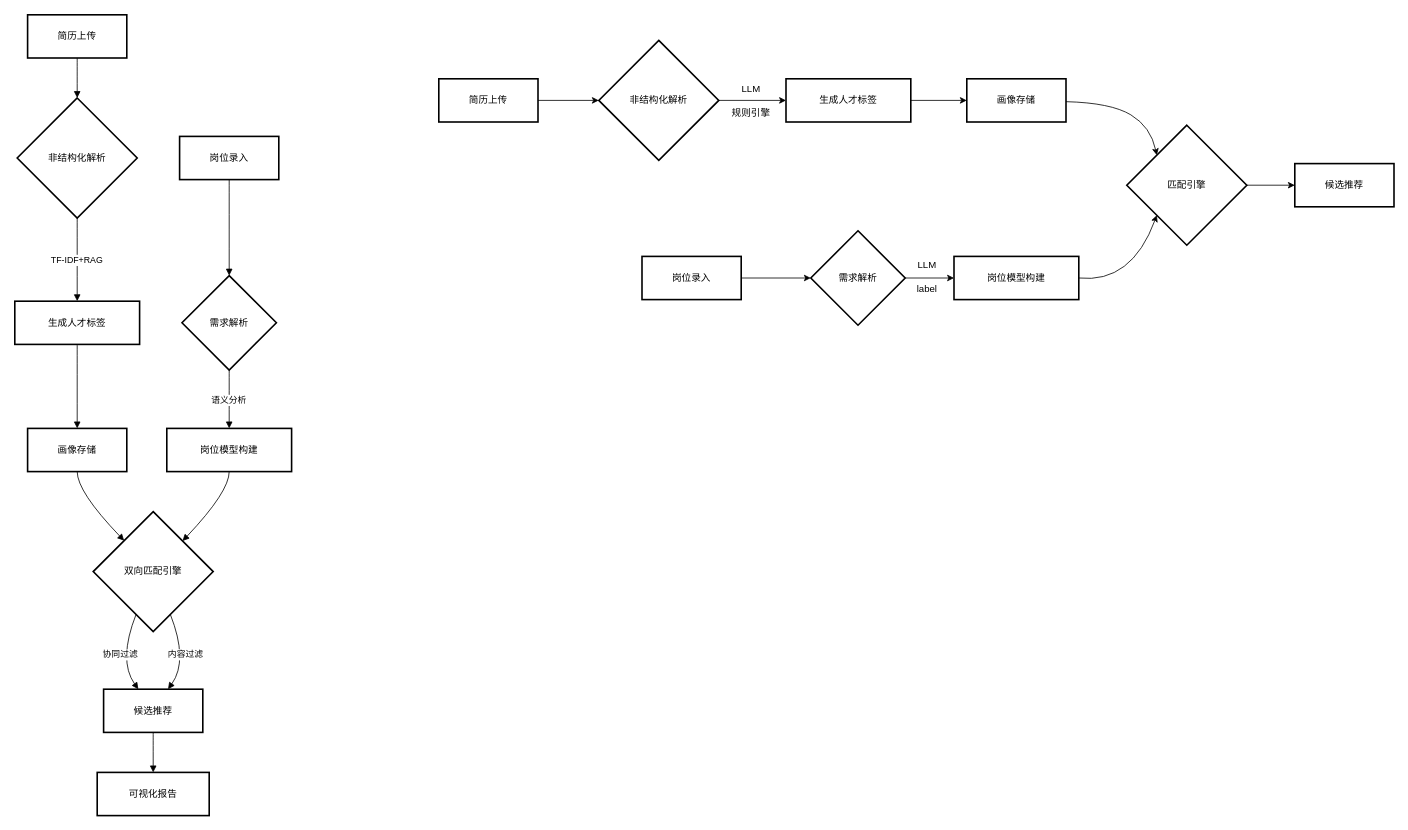
beyondgogogo/Graph keeps this draw.io diagram as page "第 5 页" (5 of 7) of 毕设用例图.drawio. Above is the earlier version. Source tidied: cells renumbered, new cells numbered last; positions are measured from the earlier drawing's top-left corner, leaving out a move shared by most shapes. Both pictures are drawn from the tidied source at 80%, with x=0, y=0 at pixel (14, 14).
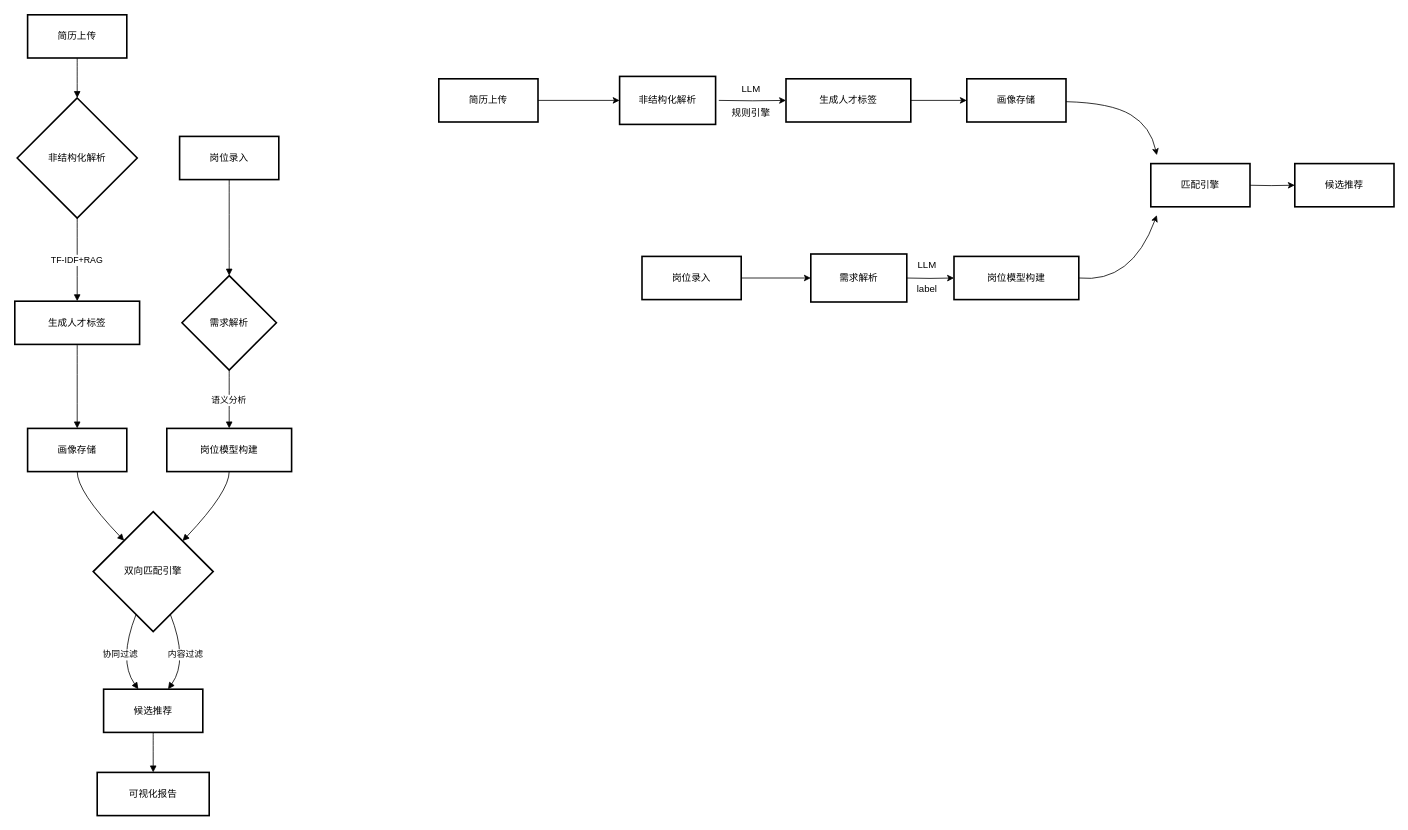
After the change.

Unchanged cells that the change refers to:
```xml
<mxCell id="23" value="简历上传" style="whiteSpace=wrap;strokeWidth=2;" parent="1" vertex="1">
  <mxGeometry x="530" y="80" width="124" height="54" as="geometry" />
</mxCell>
<mxCell id="27" value="生成人才标签" style="whiteSpace=wrap;strokeWidth=2;" parent="1" vertex="1">
  <mxGeometry x="964" y="80" width="156" height="54" as="geometry" />
</mxCell>
<mxCell id="28" value="画像存储" style="whiteSpace=wrap;strokeWidth=2;" parent="1" vertex="1">
  <mxGeometry x="1190" y="80" width="124" height="54" as="geometry" />
</mxCell>
<mxCell id="30" value="岗位录入" style="whiteSpace=wrap;strokeWidth=2;" parent="1" vertex="1">
  <mxGeometry x="784" y="302" width="124" height="54" as="geometry" />
</mxCell>
<mxCell id="33" value="岗位模型构建" style="whiteSpace=wrap;strokeWidth=2;" parent="1" vertex="1">
  <mxGeometry x="1174" y="302" width="156" height="54" as="geometry" />
</mxCell>
<mxCell id="36" value="候选推荐" style="whiteSpace=wrap;strokeWidth=2;" parent="1" vertex="1">
  <mxGeometry x="1600" y="186" width="124" height="54" as="geometry" />
</mxCell>
```

Diff of the diagram source:
```diff
@@
-    <mxCell id="22" style="edgeStyle=orthogonalEdgeStyle;rounded=0;jettySize=auto;html=1;" parent="1" edge="1" source="23" target="25">
+    <mxCell id="22" style="edgeStyle=orthogonalEdgeStyle;rounded=0;jettySize=auto;html=1;entryX=0;entryY=0.5;entryDx=0;entryDy=0;" parent="1" edge="1" source="23" target="25">
       <mxGeometry relative="1" as="geometry" />
     </mxCell>
@@
-    <mxCell id="24" style="edgeStyle=orthogonalEdgeStyle;rounded=0;jettySize=auto;html=1;" parent="1" edge="1" source="25" target="27">
-      <mxGeometry relative="1" as="geometry" />
+    <mxCell id="24" style="edgeStyle=orthogonalEdgeStyle;rounded=0;jettySize=auto;html=1;" parent="1" edge="1" target="27">
+      <mxGeometry relative="1" as="geometry">
+        <mxPoint x="880" y="107" as="sourcePoint" />
+      </mxGeometry>
     </mxCell>
-    <mxCell id="25" value="非结构化解析" style="rhombus;strokeWidth=2;whiteSpace=wrap;" parent="1" vertex="1">
-      <mxGeometry x="730" y="32" width="150" height="150" as="geometry" />
-    </mxCell>
@@
-    <mxCell id="29" style="edgeStyle=orthogonalEdgeStyle;rounded=0;jettySize=auto;html=1;" parent="1" edge="1" source="30" target="32">
-      <mxGeometry relative="1" as="geometry" />
+    <mxCell id="29" style="edgeStyle=orthogonalEdgeStyle;rounded=0;jettySize=auto;html=1;" parent="1" edge="1" source="30">
+      <mxGeometry relative="1" as="geometry">
+        <mxPoint x="995" y="329" as="targetPoint" />
+      </mxGeometry>
     </mxCell>
@@
-    <mxCell id="31" style="edgeStyle=orthogonalEdgeStyle;rounded=0;jettySize=auto;html=1;" parent="1" edge="1" source="32" target="33">
-      <mxGeometry relative="1" as="geometry" />
+    <mxCell id="31" style="edgeStyle=orthogonalEdgeStyle;rounded=0;jettySize=auto;html=1;" parent="1" edge="1" target="33">
+      <mxGeometry relative="1" as="geometry">
+        <mxPoint x="1113" y="329" as="sourcePoint" />
+      </mxGeometry>
     </mxCell>
-    <mxCell id="32" value="需求解析" style="rhombus;strokeWidth=2;whiteSpace=wrap;" parent="1" vertex="1">
-      <mxGeometry x="995" y="270" width="118" height="118" as="geometry" />
-    </mxCell>
@@
-    <mxCell id="34" style="edgeStyle=orthogonalEdgeStyle;rounded=0;jettySize=auto;html=1;" parent="1" edge="1" source="35" target="36">
-      <mxGeometry relative="1" as="geometry" />
+    <mxCell id="34" style="edgeStyle=orthogonalEdgeStyle;rounded=0;jettySize=auto;html=1;" parent="1" edge="1" target="36">
+      <mxGeometry relative="1" as="geometry">
+        <mxPoint x="1540" y="213" as="sourcePoint" />
+      </mxGeometry>
     </mxCell>
-    <mxCell id="35" value="匹配引擎" style="rhombus;strokeWidth=2;whiteSpace=wrap;" parent="1" vertex="1">
-      <mxGeometry x="1390" y="138" width="150" height="150" as="geometry" />
-    </mxCell>
@@
-    <mxCell id="41" style="curved=1;endArrow=classic;html=1;rounded=0;entryX=0;entryY=0;entryDx=0;entryDy=0;" parent="1" edge="1" source="28" target="35">
+    <mxCell id="41" style="curved=1;endArrow=classic;html=1;rounded=0;entryX=0;entryY=0;entryDx=0;entryDy=0;" parent="1" edge="1" source="28">
       <mxGeometry relative="1" as="geometry">
+        <mxPoint x="1427.5" y="175.5" as="targetPoint" />
         <Array as="points">
           <mxPoint x="1370" y="110" />
           <mxPoint x="1420" y="140" />
         </Array>
       </mxGeometry>
     </mxCell>
-    <mxCell id="42" style="curved=1;endArrow=classic;html=1;rounded=0;entryX=0;entryY=1;entryDx=0;entryDy=0;exitX=1;exitY=0.5;exitDx=0;exitDy=0;" parent="1" edge="1" source="33" target="35">
+    <mxCell id="42" style="curved=1;endArrow=classic;html=1;rounded=0;entryX=0;entryY=1;entryDx=0;entryDy=0;exitX=1;exitY=0.5;exitDx=0;exitDy=0;" parent="1" edge="1" source="33">
       <mxGeometry relative="1" as="geometry">
+        <mxPoint x="1427.5" y="250.5" as="targetPoint" />
         <Array as="points">
           <mxPoint x="1396" y="336" />
         </Array>
       </mxGeometry>
     </mxCell>
+    <mxCell id="25" value="非结构化解析" style="whiteSpace=wrap;html=1;strokeWidth=2;" parent="1" vertex="1">
+      <mxGeometry x="756" y="77" width="120" height="60" as="geometry" />
+    </mxCell>
+    <mxCell id="32" value="需求解析" style="whiteSpace=wrap;html=1;strokeWidth=2;" parent="1" vertex="1">
+      <mxGeometry x="995" y="299" width="120" height="60" as="geometry" />
+    </mxCell>
+    <mxCell id="35" value="匹配引擎" style="whiteSpace=wrap;strokeWidth=2;" parent="1" vertex="1">
+      <mxGeometry x="1420" y="186" width="124" height="54" as="geometry" />
+    </mxCell>
```
